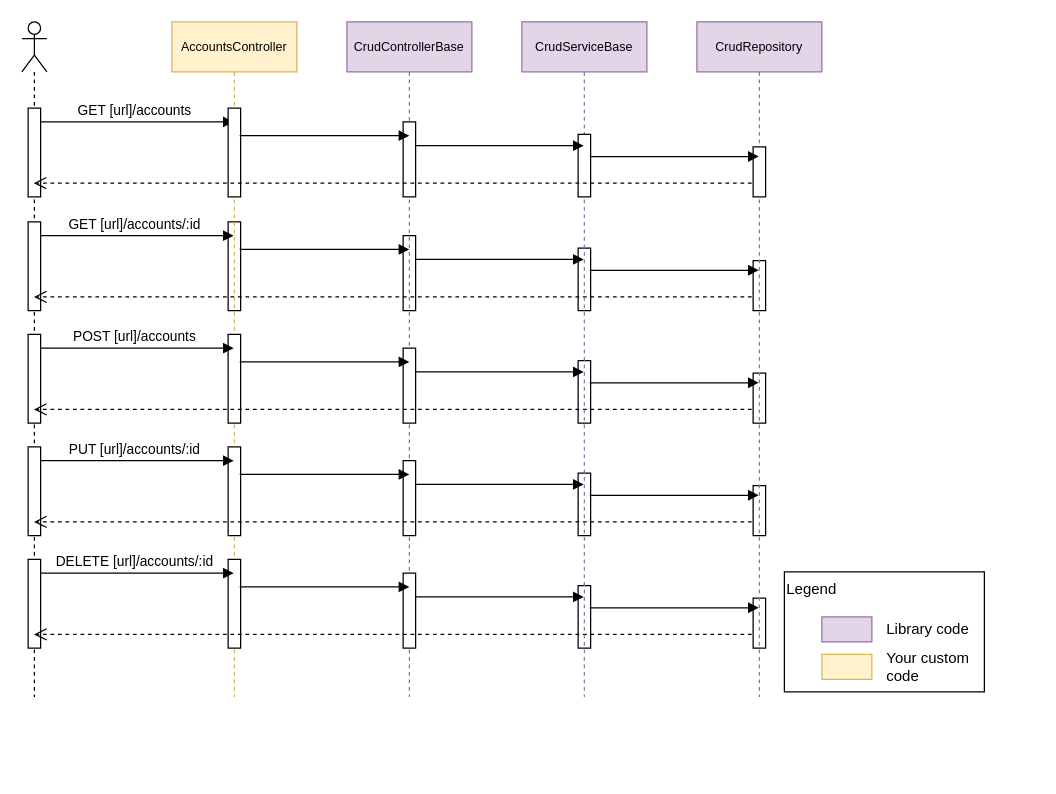
Above: page "StandardCrud" (1 of 4) of docs/CustomLayers/sequence.drawio in lonesomegeek/LSG.GenericCrud (draw.io), before the change. Source tidied: cells renumbered, new cells numbered last; positions are measured from the earlier drawing's top-left corner, leaving out a move shared by most shapes. Both pictures are drawn from the tidied source at 125%, with x=0, y=0 at pixel (21, 21).
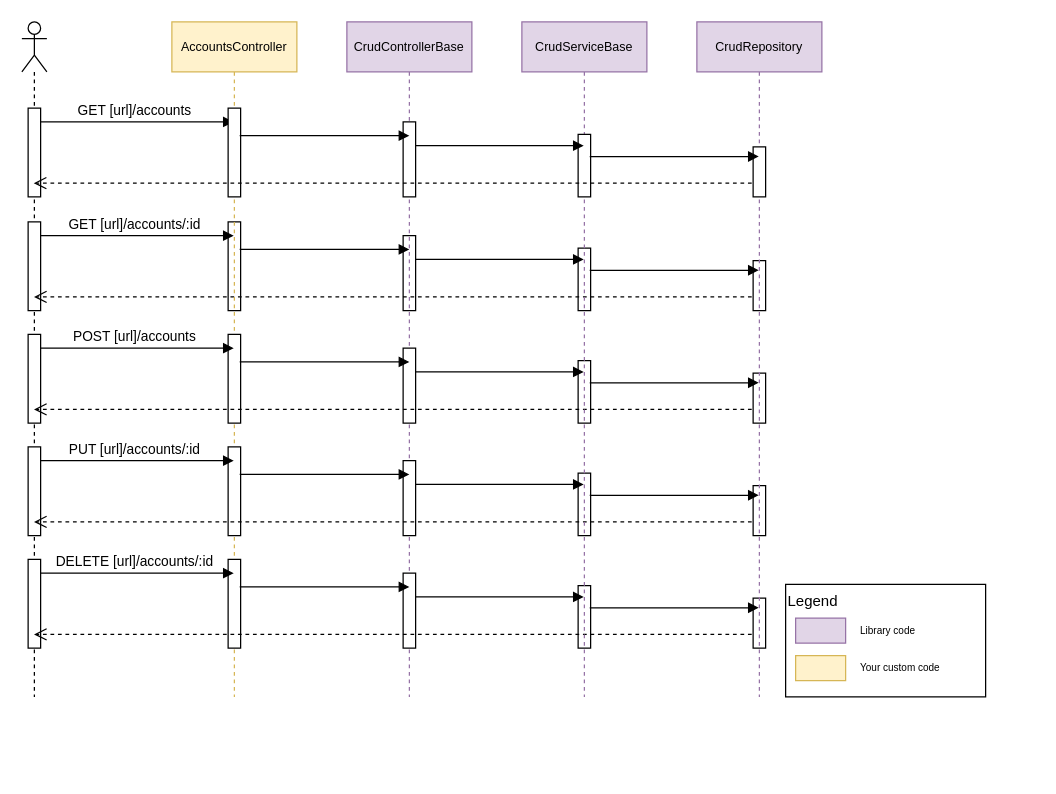
After the change.

Change to the diagram source:
```diff
@@
-    <mxCell id="57" style="group;" parent="1" vertex="1">
-      <mxGeometry x="610" y="440" width="180" height="96" as="geometry" />
-    </mxCell>
+    <mxCell id="63" style="group;" parent="1" vertex="1">
+      <mxGeometry x="630" y="500" width="180" height="100" as="geometry" />
+    </mxCell>
-    <mxCell id="58" value="Legend" style="rounded=0;whiteSpace=wrap;html=1;align=left;labelPosition=center;verticalLabelPosition=middle;verticalAlign=top;" parent="57" vertex="1">
-      <mxGeometry width="160" height="96" as="geometry" />
+    <mxCell id="58" value="Legend" style="rounded=0;whiteSpace=wrap;html=1;align=left;labelPosition=center;verticalLabelPosition=middle;verticalAlign=top;" parent="63" vertex="1">
+      <mxGeometry x="-19" y="-50" width="160" height="90" as="geometry" />
     </mxCell>
-    <mxCell id="59" style="rounded=0;whiteSpace=wrap;html=1;align=left;fillColor=#e1d5e7;strokeColor=#9673a6;" parent="57" vertex="1">
-      <mxGeometry x="30" y="36" width="40" height="20" as="geometry" />
-    </mxCell>
-    <mxCell id="60" style="rounded=0;whiteSpace=wrap;html=1;align=left;fillColor=#fff2cc;strokeColor=#d6b656;" parent="57" vertex="1">
-      <mxGeometry x="30" y="66" width="40" height="20" as="geometry" />
-    </mxCell>
+    <mxCell id="64" style="rounded=0;whiteSpace=wrap;html=1;align=left;fillColor=#e1d5e7;strokeColor=#9673a6;" parent="63" vertex="1">
+      <mxGeometry x="-11" y="-23" width="40" height="20" as="geometry" />
+    </mxCell>
+    <mxCell id="65" style="rounded=0;whiteSpace=wrap;html=1;align=left;fillColor=#fff2cc;strokeColor=#d6b656;" parent="63" vertex="1">
+      <mxGeometry x="-11" y="7" width="40" height="20" as="geometry" />
+    </mxCell>
-    <mxCell id="61" value="Library code" style="text;html=1;strokeColor=none;fillColor=none;align=left;verticalAlign=middle;whiteSpace=wrap;rounded=0;" parent="57" vertex="1">
-      <mxGeometry x="80" y="36" width="100" height="20" as="geometry" />
+    <mxCell id="61" value="Library code" style="text;html=1;strokeColor=none;fillColor=none;align=left;verticalAlign=middle;whiteSpace=wrap;rounded=0;fontSize=8;" parent="63" vertex="1">
+      <mxGeometry x="39" y="-23" width="100" height="20" as="geometry" />
     </mxCell>
-    <mxCell id="62" value="Your custom code" style="text;html=1;strokeColor=none;fillColor=none;align=left;verticalAlign=middle;whiteSpace=wrap;rounded=0;" parent="57" vertex="1">
-      <mxGeometry x="80" y="66" width="70" height="20" as="geometry" />
+    <mxCell id="62" value="Your custom code" style="text;html=1;strokeColor=none;fillColor=none;align=left;verticalAlign=middle;whiteSpace=wrap;rounded=0;fontSize=8;" parent="63" vertex="1">
+      <mxGeometry x="39" y="7" width="101" height="20" as="geometry" />
     </mxCell>
```
